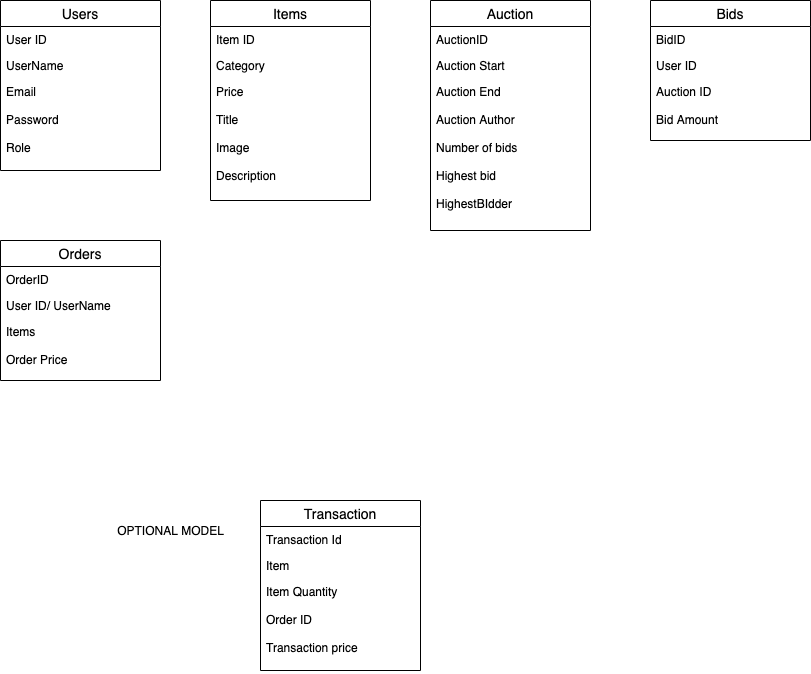
This is models.png from dgallinger/Javascript-400---CreameryOn-aClick, a draw.io export, as it was before one commit. Source tidied: cells renumbered, new cells last; positions are measured from the earlier drawing's top-left corner, leaving out a move shared by most shapes. Its diagram source:
```xml
<mxGraphModel>
  <root>
    <mxCell id="0" />
    <mxCell id="1" parent="0" />
    <mxCell id="2" value="Bids" style="swimlane;fontStyle=0;horizontal=1;startSize=26;align=center;fontSize=14;" parent="1" vertex="1">
      <mxGeometry x="650" width="160" height="140" as="geometry" />
    </mxCell>
    <mxCell id="3" value="BidID" style="text;strokeColor=none;fillColor=none;spacingLeft=4;spacingRight=4;overflow=hidden;fontSize=12;" parent="2" vertex="1">
      <mxGeometry y="26" width="160" height="26" as="geometry" />
    </mxCell>
    <mxCell id="4" value="User ID" style="text;strokeColor=none;fillColor=none;spacingLeft=4;spacingRight=4;overflow=hidden;fontSize=12;" parent="2" vertex="1">
      <mxGeometry y="52" width="160" height="26" as="geometry" />
    </mxCell>
    <mxCell id="5" value="Auction ID&#10;&#10;Bid Amount" style="text;strokeColor=none;fillColor=none;spacingLeft=4;spacingRight=4;overflow=hidden;fontSize=12;" parent="2" vertex="1">
      <mxGeometry y="78" width="160" height="62" as="geometry" />
    </mxCell>
    <mxCell id="6" value="Auction" style="swimlane;fontStyle=0;horizontal=1;startSize=26;align=center;fontSize=14;" parent="1" vertex="1">
      <mxGeometry x="430" width="160" height="230" as="geometry" />
    </mxCell>
    <mxCell id="7" value="AuctionID" style="text;strokeColor=none;fillColor=none;spacingLeft=4;spacingRight=4;overflow=hidden;fontSize=12;" parent="6" vertex="1">
      <mxGeometry y="26" width="160" height="26" as="geometry" />
    </mxCell>
    <mxCell id="8" value="Auction Start" style="text;strokeColor=none;fillColor=none;spacingLeft=4;spacingRight=4;overflow=hidden;fontSize=12;" parent="6" vertex="1">
      <mxGeometry y="52" width="160" height="26" as="geometry" />
    </mxCell>
    <mxCell id="9" value="Auction End&#10;&#10;Auction Author&#10;&#10;Number of bids&#10;&#10;Highest bid&#10;&#10;HighestBIdder" style="text;strokeColor=none;fillColor=none;spacingLeft=4;spacingRight=4;overflow=hidden;fontSize=12;" parent="6" vertex="1">
      <mxGeometry y="78" width="160" height="152" as="geometry" />
    </mxCell>
    <mxCell id="10" value="Items" style="swimlane;fontStyle=0;horizontal=1;startSize=26;align=center;fontSize=14;" parent="1" vertex="1">
      <mxGeometry x="210" width="160" height="200" as="geometry" />
    </mxCell>
    <mxCell id="11" value="Item ID" style="text;strokeColor=none;fillColor=none;spacingLeft=4;spacingRight=4;overflow=hidden;fontSize=12;" parent="10" vertex="1">
      <mxGeometry y="26" width="160" height="26" as="geometry" />
    </mxCell>
    <mxCell id="12" value="Category" style="text;strokeColor=none;fillColor=none;spacingLeft=4;spacingRight=4;overflow=hidden;fontSize=12;" parent="10" vertex="1">
      <mxGeometry y="52" width="160" height="26" as="geometry" />
    </mxCell>
    <mxCell id="13" value="Price&#10;&#10;Title&#10;&#10;Image&#10;&#10;Description" style="text;strokeColor=none;fillColor=none;spacingLeft=4;spacingRight=4;overflow=hidden;fontSize=12;" parent="10" vertex="1">
      <mxGeometry y="78" width="160" height="122" as="geometry" />
    </mxCell>
    <mxCell id="14" value="Users" style="swimlane;fontStyle=0;horizontal=1;startSize=26;align=center;fontSize=14;" parent="1" vertex="1">
      <mxGeometry width="160" height="170" as="geometry" />
    </mxCell>
    <mxCell id="15" value="User ID" style="text;strokeColor=none;fillColor=none;spacingLeft=4;spacingRight=4;overflow=hidden;fontSize=12;" parent="14" vertex="1">
      <mxGeometry y="26" width="160" height="26" as="geometry" />
    </mxCell>
    <mxCell id="16" value="UserName" style="text;strokeColor=none;fillColor=none;spacingLeft=4;spacingRight=4;overflow=hidden;fontSize=12;" parent="14" vertex="1">
      <mxGeometry y="52" width="160" height="26" as="geometry" />
    </mxCell>
    <mxCell id="17" value="Email&#10;&#10;Password&#10;&#10;Role" style="text;strokeColor=none;fillColor=none;spacingLeft=4;spacingRight=4;overflow=hidden;fontSize=12;" parent="14" vertex="1">
      <mxGeometry y="78" width="160" height="92" as="geometry" />
    </mxCell>
    <mxCell id="18" value="Orders" style="swimlane;fontStyle=0;horizontal=1;startSize=26;align=center;fontSize=14;" parent="1" vertex="1">
      <mxGeometry y="240" width="160" height="140" as="geometry" />
    </mxCell>
    <mxCell id="19" value="OrderID" style="text;strokeColor=none;fillColor=none;spacingLeft=4;spacingRight=4;overflow=hidden;fontSize=12;" parent="18" vertex="1">
      <mxGeometry y="26" width="160" height="26" as="geometry" />
    </mxCell>
    <mxCell id="20" value="User ID/ UserName" style="text;strokeColor=none;fillColor=none;spacingLeft=4;spacingRight=4;overflow=hidden;fontSize=12;" parent="18" vertex="1">
      <mxGeometry y="52" width="160" height="26" as="geometry" />
    </mxCell>
    <mxCell id="21" value="Items&#10;&#10;Order Price" style="text;strokeColor=none;fillColor=none;spacingLeft=4;spacingRight=4;overflow=hidden;fontSize=12;" parent="18" vertex="1">
      <mxGeometry y="78" width="160" height="62" as="geometry" />
    </mxCell>
    <mxCell id="22" value="Transaction" style="swimlane;fontStyle=0;horizontal=1;startSize=26;align=center;fontSize=14;" parent="1" vertex="1">
      <mxGeometry x="260" y="500" width="160" height="170" as="geometry" />
    </mxCell>
    <mxCell id="23" value="Transaction Id" style="text;strokeColor=none;fillColor=none;spacingLeft=4;spacingRight=4;overflow=hidden;fontSize=12;" parent="22" vertex="1">
      <mxGeometry y="26" width="160" height="26" as="geometry" />
    </mxCell>
    <mxCell id="24" value="Item" style="text;strokeColor=none;fillColor=none;spacingLeft=4;spacingRight=4;overflow=hidden;fontSize=12;" parent="22" vertex="1">
      <mxGeometry y="52" width="160" height="26" as="geometry" />
    </mxCell>
    <mxCell id="25" value="Item Quantity&#10;&#10;Order ID&#10;&#10;Transaction price" style="text;strokeColor=none;fillColor=none;spacingLeft=4;spacingRight=4;overflow=hidden;fontSize=12;" parent="22" vertex="1">
      <mxGeometry y="78" width="160" height="92" as="geometry" />
    </mxCell>
    <mxCell id="26" value="OPTIONAL MODEL" style="text;html=1;align=center;verticalAlign=middle;" parent="1" vertex="1">
      <mxGeometry x="110" y="520" width="120" height="20" as="geometry" />
    </mxCell>
  </root>
</mxGraphModel>
```
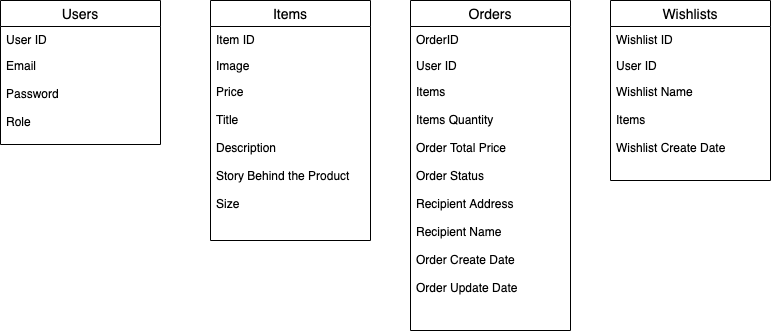
Above is the later version.

Diff of the diagram source:
```diff
@@ -2,80 +2,50 @@
   <root>
     <mxCell id="0" />
     <mxCell id="1" parent="0" />
-    <mxCell id="2" value="Bids" style="swimlane;fontStyle=0;horizontal=1;startSize=26;align=center;fontSize=14;" parent="1" vertex="1">
-      <mxGeometry x="650" width="160" height="140" as="geometry" />
-    </mxCell>
-    <mxCell id="3" value="BidID" style="text;strokeColor=none;fillColor=none;spacingLeft=4;spacingRight=4;overflow=hidden;fontSize=12;" parent="2" vertex="1">
-      <mxGeometry y="26" width="160" height="26" as="geometry" />
-    </mxCell>
+    <mxCell id="27" value="Wishlists" style="swimlane;fontStyle=0;horizontal=1;startSize=26;align=center;fontSize=14;" parent="1" vertex="1">
+      <mxGeometry x="610" width="160" height="180" as="geometry" />
+    </mxCell>
+    <mxCell id="28" value="Wishlist ID" style="text;strokeColor=none;fillColor=none;spacingLeft=4;spacingRight=4;overflow=hidden;fontSize=12;" parent="27" vertex="1">
+      <mxGeometry y="26" width="160" height="26" as="geometry" />
+    </mxCell>
-    <mxCell id="4" value="User ID" style="text;strokeColor=none;fillColor=none;spacingLeft=4;spacingRight=4;overflow=hidden;fontSize=12;" parent="2" vertex="1">
+    <mxCell id="4" value="User ID" style="text;strokeColor=none;fillColor=none;spacingLeft=4;spacingRight=4;overflow=hidden;fontSize=12;" parent="27" vertex="1">
       <mxGeometry y="52" width="160" height="26" as="geometry" />
     </mxCell>
-    <mxCell id="5" value="Auction ID&#10;&#10;Bid Amount" style="text;strokeColor=none;fillColor=none;spacingLeft=4;spacingRight=4;overflow=hidden;fontSize=12;" parent="2" vertex="1">
-      <mxGeometry y="78" width="160" height="62" as="geometry" />
-    </mxCell>
-    <mxCell id="6" value="Auction" style="swimlane;fontStyle=0;horizontal=1;startSize=26;align=center;fontSize=14;" parent="1" vertex="1">
-      <mxGeometry x="430" width="160" height="230" as="geometry" />
-    </mxCell>
-    <mxCell id="7" value="AuctionID" style="text;strokeColor=none;fillColor=none;spacingLeft=4;spacingRight=4;overflow=hidden;fontSize=12;" parent="6" vertex="1">
-      <mxGeometry y="26" width="160" height="26" as="geometry" />
-    </mxCell>
-    <mxCell id="8" value="Auction Start" style="text;strokeColor=none;fillColor=none;spacingLeft=4;spacingRight=4;overflow=hidden;fontSize=12;" parent="6" vertex="1">
-      <mxGeometry y="52" width="160" height="26" as="geometry" />
-    </mxCell>
-    <mxCell id="9" value="Auction End&#10;&#10;Auction Author&#10;&#10;Number of bids&#10;&#10;Highest bid&#10;&#10;HighestBIdder" style="text;strokeColor=none;fillColor=none;spacingLeft=4;spacingRight=4;overflow=hidden;fontSize=12;" parent="6" vertex="1">
-      <mxGeometry y="78" width="160" height="152" as="geometry" />
-    </mxCell>
+    <mxCell id="29" value="Wishlist Name&#10;&#10;Items&#10;&#10;Wishlist Create Date&#10;&#10;" style="text;strokeColor=none;fillColor=none;spacingLeft=4;spacingRight=4;overflow=hidden;fontSize=12;" parent="27" vertex="1">
+      <mxGeometry y="78" width="160" height="102" as="geometry" />
+    </mxCell>
+    <mxCell id="18" value="Orders" style="swimlane;fontStyle=0;horizontal=1;startSize=26;align=center;fontSize=14;" parent="1" vertex="1">
+      <mxGeometry x="410" width="160" height="330" as="geometry" />
+    </mxCell>
+    <mxCell id="19" value="OrderID" style="text;strokeColor=none;fillColor=none;spacingLeft=4;spacingRight=4;overflow=hidden;fontSize=12;" parent="18" vertex="1">
+      <mxGeometry y="26" width="160" height="26" as="geometry" />
+    </mxCell>
+    <mxCell id="20" value="User ID" style="text;strokeColor=none;fillColor=none;spacingLeft=4;spacingRight=4;overflow=hidden;fontSize=12;" parent="18" vertex="1">
+      <mxGeometry y="52" width="160" height="26" as="geometry" />
+    </mxCell>
+    <mxCell id="21" value="Items&#10;&#10;Items Quantity&#10;&#10;Order Total Price&#10;&#10;Order Status&#10;&#10;Recipient Address&#10;&#10;Recipient Name&#10;&#10;Order Create Date&#10;&#10;Order Update Date&#10;&#10;" style="text;strokeColor=none;fillColor=none;spacingLeft=4;spacingRight=4;overflow=hidden;fontSize=12;" parent="18" vertex="1">
+      <mxGeometry y="78" width="160" height="252" as="geometry" />
+    </mxCell>
     <mxCell id="10" value="Items" style="swimlane;fontStyle=0;horizontal=1;startSize=26;align=center;fontSize=14;" parent="1" vertex="1">
-      <mxGeometry x="210" width="160" height="200" as="geometry" />
+      <mxGeometry x="210" width="160" height="240" as="geometry" />
     </mxCell>
     <mxCell id="11" value="Item ID" style="text;strokeColor=none;fillColor=none;spacingLeft=4;spacingRight=4;overflow=hidden;fontSize=12;" parent="10" vertex="1">
       <mxGeometry y="26" width="160" height="26" as="geometry" />
     </mxCell>
-    <mxCell id="12" value="Category" style="text;strokeColor=none;fillColor=none;spacingLeft=4;spacingRight=4;overflow=hidden;fontSize=12;" parent="10" vertex="1">
+    <mxCell id="12" value="Image" style="text;strokeColor=none;fillColor=none;spacingLeft=4;spacingRight=4;overflow=hidden;fontSize=12;" parent="10" vertex="1">
       <mxGeometry y="52" width="160" height="26" as="geometry" />
     </mxCell>
-    <mxCell id="13" value="Price&#10;&#10;Title&#10;&#10;Image&#10;&#10;Description" style="text;strokeColor=none;fillColor=none;spacingLeft=4;spacingRight=4;overflow=hidden;fontSize=12;" parent="10" vertex="1">
-      <mxGeometry y="78" width="160" height="122" as="geometry" />
+    <mxCell id="13" value="Price&#10;&#10;Title&#10;&#10;Description&#10;&#10;Story Behind the Product&#10;&#10;Size" style="text;strokeColor=none;fillColor=none;spacingLeft=4;spacingRight=4;overflow=hidden;fontSize=12;" parent="10" vertex="1">
+      <mxGeometry y="78" width="160" height="162" as="geometry" />
     </mxCell>
     <mxCell id="14" value="Users" style="swimlane;fontStyle=0;horizontal=1;startSize=26;align=center;fontSize=14;" parent="1" vertex="1">
-      <mxGeometry width="160" height="170" as="geometry" />
+      <mxGeometry width="160" height="144" as="geometry" />
     </mxCell>
     <mxCell id="15" value="User ID" style="text;strokeColor=none;fillColor=none;spacingLeft=4;spacingRight=4;overflow=hidden;fontSize=12;" parent="14" vertex="1">
       <mxGeometry y="26" width="160" height="26" as="geometry" />
     </mxCell>
-    <mxCell id="16" value="UserName" style="text;strokeColor=none;fillColor=none;spacingLeft=4;spacingRight=4;overflow=hidden;fontSize=12;" parent="14" vertex="1">
-      <mxGeometry y="52" width="160" height="26" as="geometry" />
-    </mxCell>
     <mxCell id="17" value="Email&#10;&#10;Password&#10;&#10;Role" style="text;strokeColor=none;fillColor=none;spacingLeft=4;spacingRight=4;overflow=hidden;fontSize=12;" parent="14" vertex="1">
-      <mxGeometry y="78" width="160" height="92" as="geometry" />
+      <mxGeometry y="52" width="160" height="92" as="geometry" />
     </mxCell>
-    <mxCell id="18" value="Orders" style="swimlane;fontStyle=0;horizontal=1;startSize=26;align=center;fontSize=14;" parent="1" vertex="1">
-      <mxGeometry y="240" width="160" height="140" as="geometry" />
-    </mxCell>
-    <mxCell id="19" value="OrderID" style="text;strokeColor=none;fillColor=none;spacingLeft=4;spacingRight=4;overflow=hidden;fontSize=12;" parent="18" vertex="1">
-      <mxGeometry y="26" width="160" height="26" as="geometry" />
-    </mxCell>
-    <mxCell id="20" value="User ID/ UserName" style="text;strokeColor=none;fillColor=none;spacingLeft=4;spacingRight=4;overflow=hidden;fontSize=12;" parent="18" vertex="1">
-      <mxGeometry y="52" width="160" height="26" as="geometry" />
-    </mxCell>
-    <mxCell id="21" value="Items&#10;&#10;Order Price" style="text;strokeColor=none;fillColor=none;spacingLeft=4;spacingRight=4;overflow=hidden;fontSize=12;" parent="18" vertex="1">
-      <mxGeometry y="78" width="160" height="62" as="geometry" />
-    </mxCell>
-    <mxCell id="22" value="Transaction" style="swimlane;fontStyle=0;horizontal=1;startSize=26;align=center;fontSize=14;" parent="1" vertex="1">
-      <mxGeometry x="260" y="500" width="160" height="170" as="geometry" />
-    </mxCell>
-    <mxCell id="23" value="Transaction Id" style="text;strokeColor=none;fillColor=none;spacingLeft=4;spacingRight=4;overflow=hidden;fontSize=12;" parent="22" vertex="1">
-      <mxGeometry y="26" width="160" height="26" as="geometry" />
-    </mxCell>
-    <mxCell id="24" value="Item" style="text;strokeColor=none;fillColor=none;spacingLeft=4;spacingRight=4;overflow=hidden;fontSize=12;" parent="22" vertex="1">
-      <mxGeometry y="52" width="160" height="26" as="geometry" />
-    </mxCell>
-    <mxCell id="25" value="Item Quantity&#10;&#10;Order ID&#10;&#10;Transaction price" style="text;strokeColor=none;fillColor=none;spacingLeft=4;spacingRight=4;overflow=hidden;fontSize=12;" parent="22" vertex="1">
-      <mxGeometry y="78" width="160" height="92" as="geometry" />
-    </mxCell>
-    <mxCell id="26" value="OPTIONAL MODEL" style="text;html=1;align=center;verticalAlign=middle;" parent="1" vertex="1">
-      <mxGeometry x="110" y="520" width="120" height="20" as="geometry" />
-    </mxCell>
   </root>
 </mxGraphModel>
```
